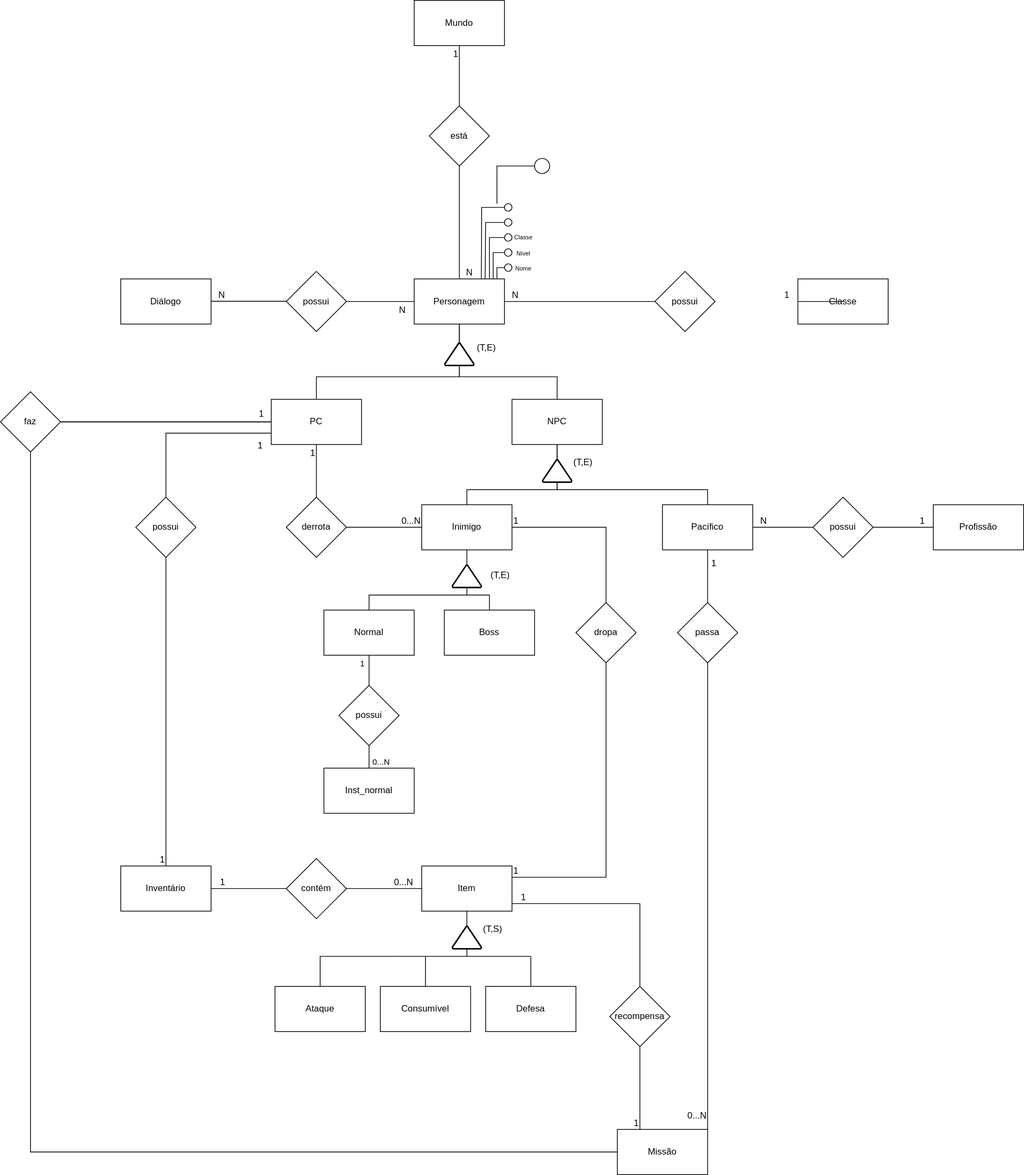
SBD1/2024.2-D-D-classico keeps this draw.io diagram as docs/modulo_01/DER.drawio.svg. Above is the earlier version. Source tidied: cells renumbered, new cells last; positions are measured from the earlier drawing's top-left corner, leaving out a move shared by most shapes.
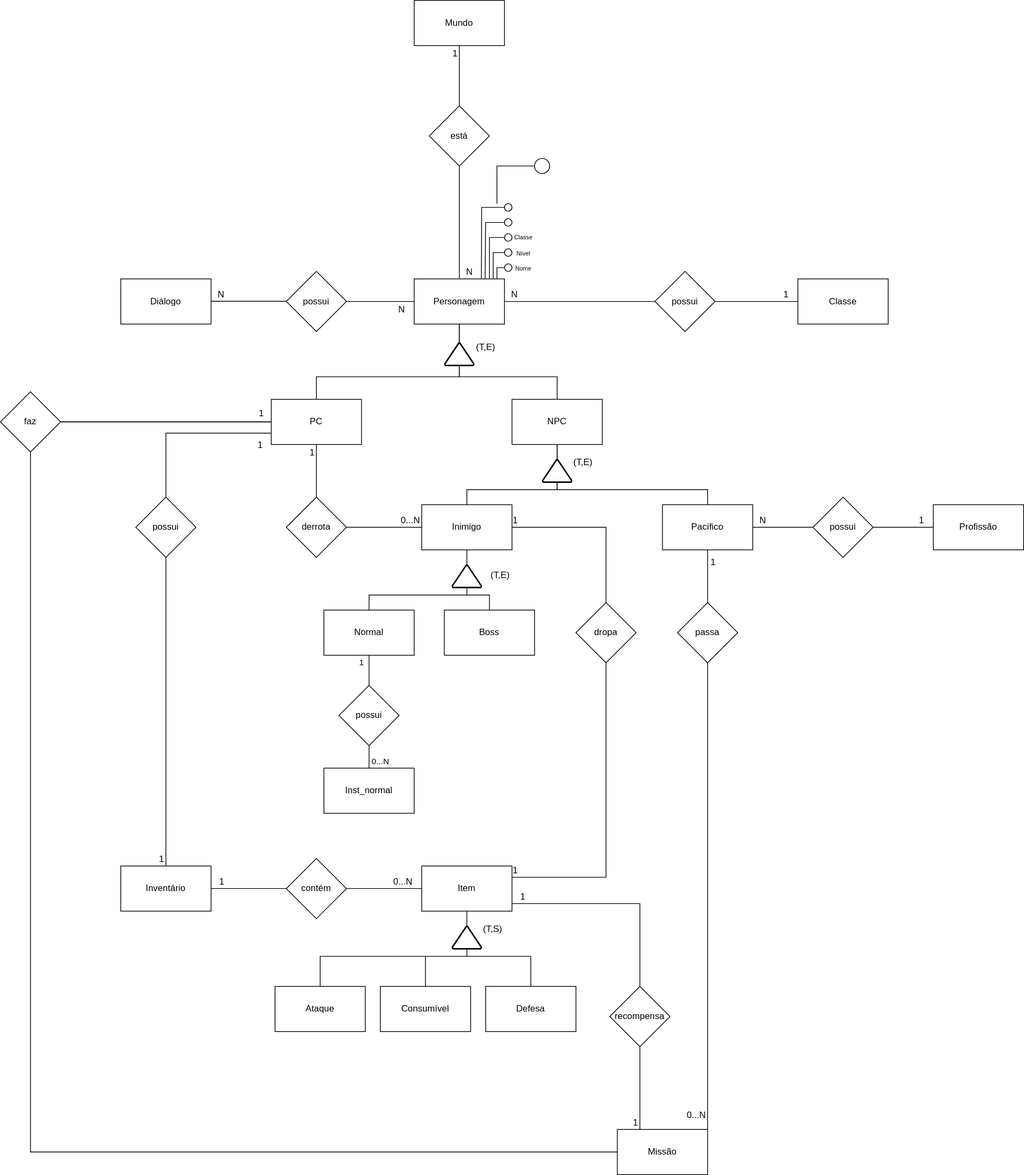
After the change.

Change to the diagram source:
```diff
@@ -138,10 +138,8 @@
     <mxCell id="38" style="endArrow=none;html=1;rounded=0;entryX=0;entryY=0.5;entryDx=0;entryDy=0;" parent="1" edge="1" source="33" target="9">
       <mxGeometry relative="1" as="geometry" />
     </mxCell>
-    <mxCell id="39" style="endArrow=none;html=1;rounded=0;exitX=1;exitY=0.5;exitDx=0;exitDy=0;entryX=0;entryY=0.5;entryDx=0;entryDy=0;" parent="1" edge="1" target="31">
-      <mxGeometry relative="1" as="geometry">
-        <mxPoint x="1120" y="400" as="sourcePoint" />
-      </mxGeometry>
+    <mxCell id="39" style="endArrow=none;html=1;rounded=0;exitX=1;exitY=0.5;exitDx=0;exitDy=0;entryX=0;entryY=0.5;entryDx=0;entryDy=0;" parent="1" edge="1" source="30" target="31">
+      <mxGeometry relative="1" as="geometry" />
     </mxCell>
     <mxCell id="40" value="1" style="html=1;whiteSpace=wrap;align=right;verticalAlign=bottom;" parent="39" vertex="1">
       <mxGeometry x="1" relative="1" as="geometry">
```
